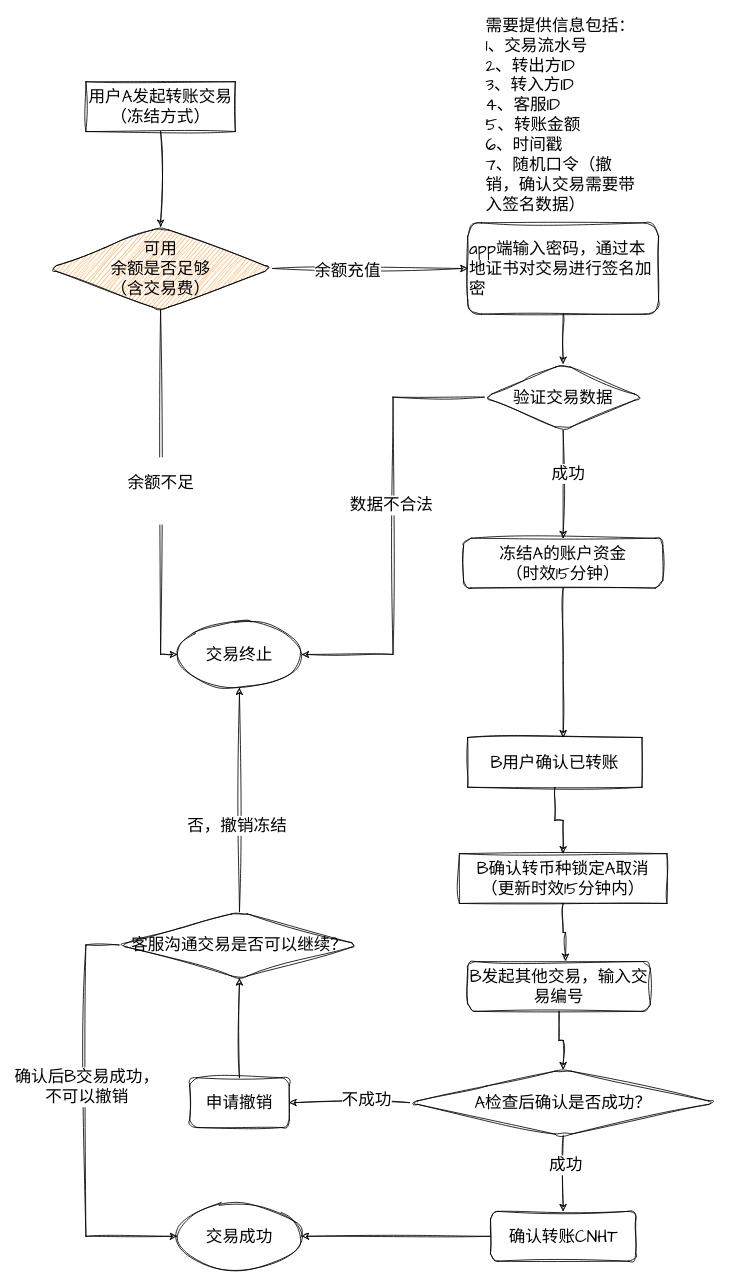
Before: 冻结流程.drawio in dovezat/drawio, a draw.io diagram. Source tidied: cells renumbered, new cells numbered last; positions are measured from the earlier drawing's top-left corner, leaving out a move shared by most shapes. Both pictures are drawn from the tidied source at 83%, with x=0, y=0 at pixel (48, 81).
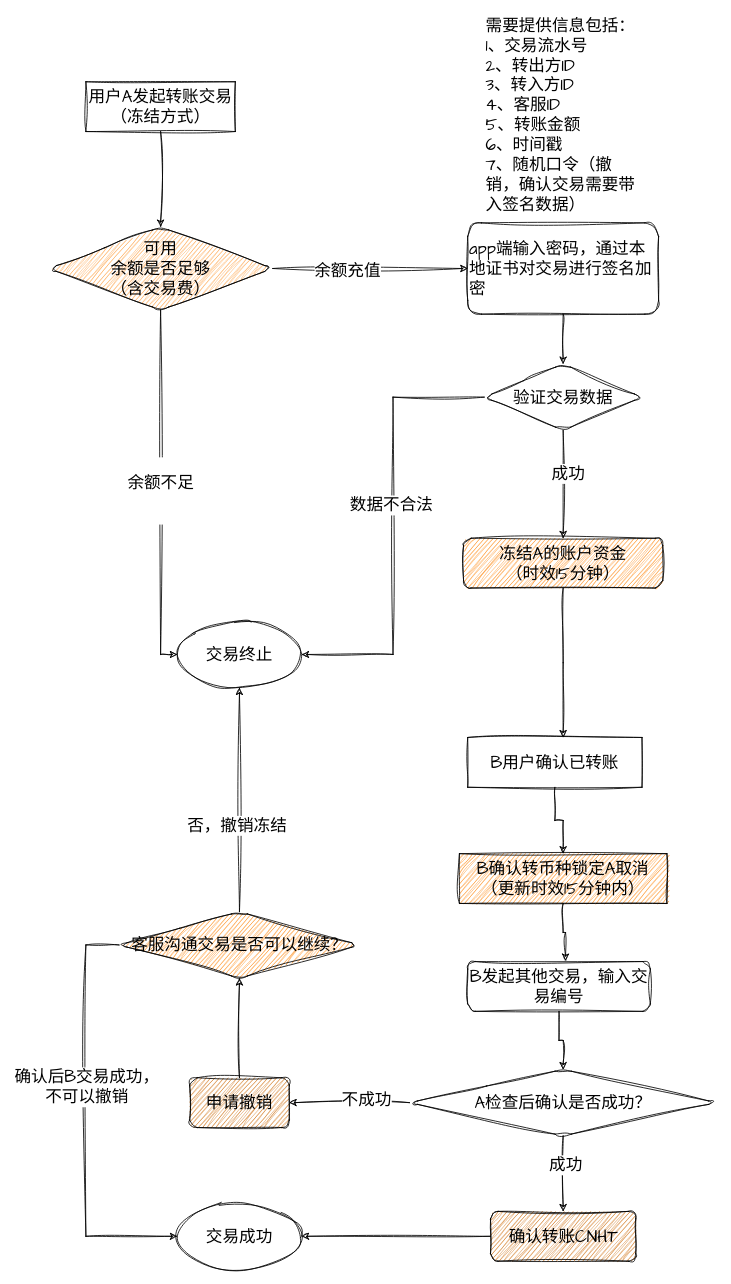
The same page after the edit.

Commit message:
更新冻结流程.drawio

The edit, as a diff of the source:
```diff
@@
-    <mxCell id="13" value="冻结A的账户资金&lt;br&gt;（时效15分钟）" style="whiteSpace=wrap;html=1;rounded=1;glass=0;strokeWidth=1;shadow=0;sketch=1;hachureGap=4;jiggle=2;curveFitting=1;fontFamily=Architects Daughter;fontSize=20;" parent="1" vertex="1">
+    <mxCell id="13" value="冻结A的账户资金&lt;br&gt;（时效15分钟）" style="whiteSpace=wrap;html=1;rounded=1;glass=0;strokeWidth=1;shadow=0;sketch=1;hachureGap=4;jiggle=2;curveFitting=1;fontFamily=Architects Daughter;fontSize=20;fillColor=#FF8000;" parent="1" vertex="1">
       <mxGeometry x="500" y="550" width="240" height="60" as="geometry" />
     </mxCell>
@@
-    <mxCell id="24" value="确认转账CNHT" style="whiteSpace=wrap;html=1;fontSize=20;fontFamily=Architects Daughter;rounded=1;sketch=1;hachureGap=4;jiggle=2;curveFitting=1;" parent="1" vertex="1">
+    <mxCell id="24" value="确认转账CNHT" style="whiteSpace=wrap;html=1;fontSize=20;fontFamily=Architects Daughter;rounded=1;sketch=1;hachureGap=4;jiggle=2;curveFitting=1;fillColor=#CC6600;" parent="1" vertex="1">
       <mxGeometry x="532.5" y="1361" width="175" height="60" as="geometry" />
     </mxCell>
@@
-    <mxCell id="27" value="B确认转币种锁定A取消&lt;br&gt;（更新时效15分钟内）" style="whiteSpace=wrap;html=1;fontSize=20;fontFamily=Architects Daughter;rounded=0;sketch=1;hachureGap=4;jiggle=2;curveFitting=1;" parent="1" vertex="1">
+    <mxCell id="27" value="B确认转币种锁定A取消&lt;br&gt;（更新时效15分钟内）" style="whiteSpace=wrap;html=1;fontSize=20;fontFamily=Architects Daughter;rounded=0;sketch=1;hachureGap=4;jiggle=2;curveFitting=1;fillColor=#FF8000;" parent="1" vertex="1">
       <mxGeometry x="495" y="930" width="250" height="60" as="geometry" />
     </mxCell>
@@
-    <mxCell id="32" value="A检查后确认是否成功？" style="rhombus;whiteSpace=wrap;html=1;fontSize=20;fontFamily=Architects Daughter;rounded=1;sketch=1;hachureGap=4;jiggle=2;curveFitting=1;" parent="1" vertex="1">
+    <mxCell id="32" value="A检查后确认是否成功？" style="rhombus;whiteSpace=wrap;html=1;fontSize=20;fontFamily=Architects Daughter;rounded=1;sketch=1;hachureGap=4;jiggle=2;curveFitting=1;fillColor=none;" parent="1" vertex="1">
       <mxGeometry x="435" y="1190" width="370" height="80" as="geometry" />
     </mxCell>
@@
-    <mxCell id="34" value="申请撤销" style="whiteSpace=wrap;html=1;fontSize=20;fontFamily=Architects Daughter;rounded=1;sketch=1;hachureGap=4;jiggle=2;curveFitting=1;" parent="1" vertex="1">
+    <mxCell id="34" value="申请撤销" style="whiteSpace=wrap;html=1;fontSize=20;fontFamily=Architects Daughter;rounded=1;sketch=1;hachureGap=4;jiggle=2;curveFitting=1;fillColor=#CC6600;" parent="1" vertex="1">
       <mxGeometry x="170" y="1200" width="120" height="60" as="geometry" />
     </mxCell>
@@
-    <mxCell id="39" value="客服沟通交易是否可以继续？" style="rhombus;whiteSpace=wrap;html=1;fontSize=20;fontFamily=Architects Daughter;rounded=1;sketch=1;hachureGap=4;jiggle=2;curveFitting=1;" parent="1" vertex="1">
+    <mxCell id="39" value="客服沟通交易是否可以继续？" style="rhombus;whiteSpace=wrap;html=1;fontSize=20;fontFamily=Architects Daughter;rounded=1;sketch=1;hachureGap=4;jiggle=2;curveFitting=1;fillColor=#FF8000;" parent="1" vertex="1">
       <mxGeometry x="85" y="1000" width="290" height="80" as="geometry" />
     </mxCell>
```
